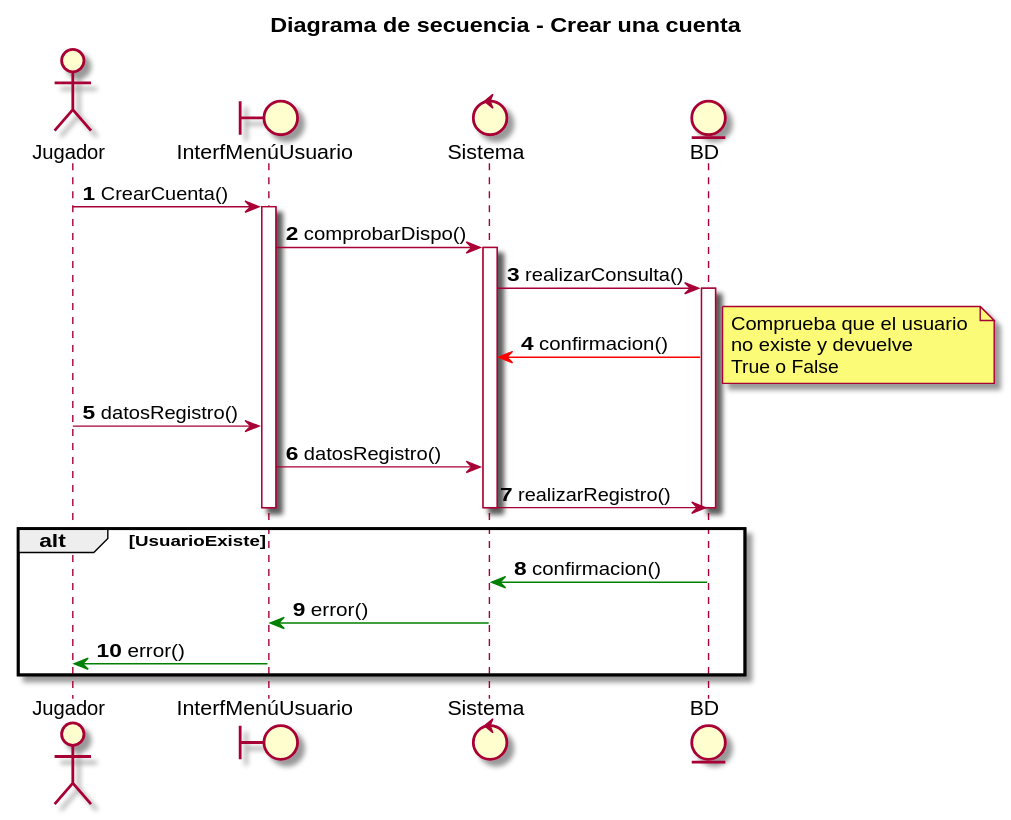
Before: UML/Diagramas de secuencia/Jugador/Crear cuenta/Crear una cuenta.svg, a diagram exported from PlantUML (dmontesinos/ES-2019-G43-2-02.v1).
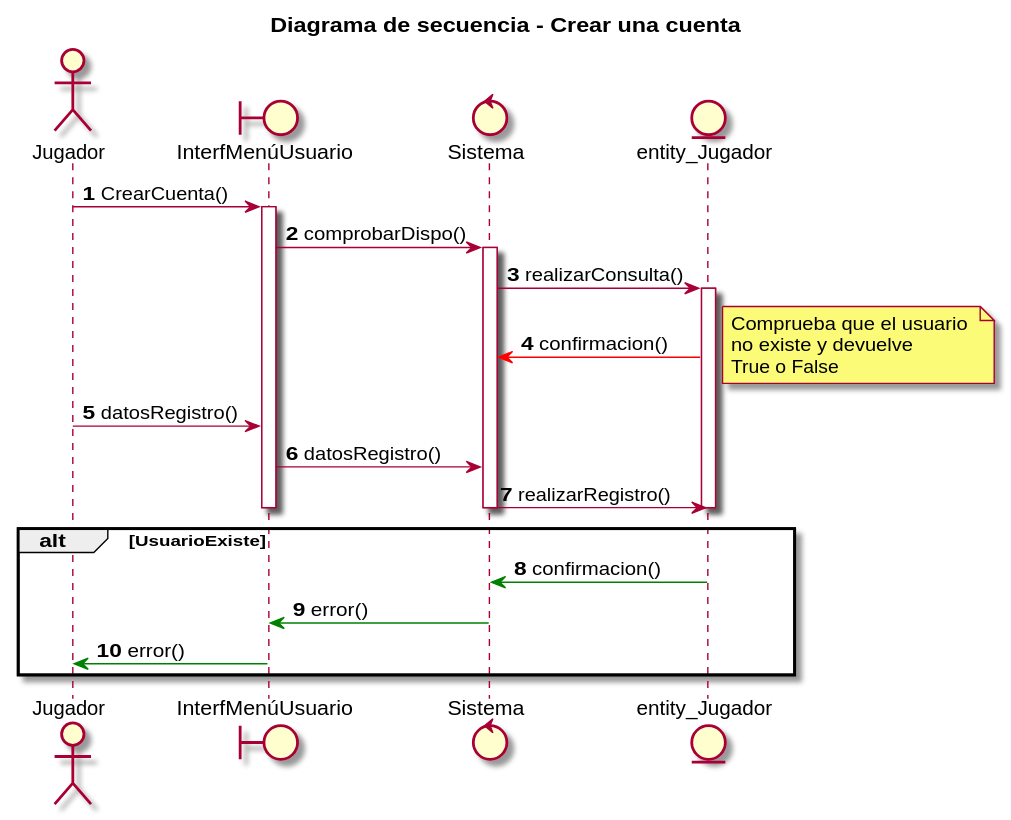
Later version of the same file.

Change to the diagram source:
```diff
@@ -4,15 +4,15 @@
 actor Jugador
 boundary InterfMenúUsuario
 control Sistema
-entity BD
+entity entity_Jugador
 
 Jugador -> InterfMenúUsuario : CrearCuenta()
 activate InterfMenúUsuario
 InterfMenúUsuario -> Sistema : comprobarDispo()
 activate Sistema
-Sistema -> BD : realizarConsulta()
-activate BD
-BD -[#red]> Sistema : confirmacion()
+Sistema -> entity_Jugador : realizarConsulta()
+activate entity_Jugador
+entity_Jugador -[#red]> Sistema : confirmacion()
 note right
 Comprueba que el usuario
 no existe y devuelve
@@ -21,12 +21,12 @@
 
 Jugador -> InterfMenúUsuario : datosRegistro()
 InterfMenúUsuario -> Sistema : datosRegistro()
-Sistema -> BD : realizarRegistro()
-deactivate BD
+Sistema -> entity_Jugador : realizarRegistro()
+deactivate entity_Jugador
 deactivate Sistema
 deactivate InterfMenúUsuario
 alt UsuarioExiste
-BD -[#green]> Sistema : confirmacion()
+entity_Jugador -[#green]> Sistema : confirmacion()
 Sistema -[#green]> InterfMenúUsuario : error()
 InterfMenúUsuario -[#green]> Jugador : error()
 end
```
